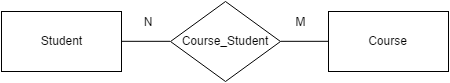
Before: diagram/er-2.png, a diagram exported from draw.io (jackey1510/TopicsInCS). Source tidied: cells renumbered, new cells last; positions are measured from the earlier drawing's top-left corner, leaving out a move shared by most shapes. The source it was exported from:
```xml
<mxGraphModel background="#ffffff">
  <root>
    <mxCell id="0" />
    <mxCell id="1" parent="0" />
    <mxCell id="2" style="edgeStyle=none;rounded=0;html=1;exitX=1;exitY=0.5;entryX=0;entryY=0.5;startArrow=none;startFill=0;endArrow=none;endFill=0;jettySize=auto;strokeColor=#000000;" parent="1" edge="1" source="3" target="5">
      <mxGeometry x="310" y="99" as="geometry" />
    </mxCell>
    <mxCell id="3" value="Student" style="whiteSpace=wrap;html=1;" parent="1" vertex="1">
      <mxGeometry y="10" width="120" height="60" as="geometry" />
    </mxCell>
    <mxCell id="4" style="edgeStyle=none;rounded=0;html=1;exitX=1;exitY=0.5;entryX=0;entryY=0.5;startArrow=none;startFill=0;endArrow=none;endFill=0;jettySize=auto;strokeColor=#000000;" parent="1" edge="1" source="5" target="6">
      <mxGeometry x="469" y="99" as="geometry" />
    </mxCell>
    <mxCell id="5" value="Course_Student" style="rhombus;whiteSpace=wrap;html=1;" parent="1" vertex="1">
      <mxGeometry x="169" width="110" height="80" as="geometry" />
    </mxCell>
    <mxCell id="6" value="Course" style="whiteSpace=wrap;html=1;" parent="1" vertex="1">
      <mxGeometry x="327" y="10" width="120" height="60" as="geometry" />
    </mxCell>
    <mxCell id="7" value="N" style="text;html=1;strokeColor=none;fillColor=none;align=center;verticalAlign=middle;whiteSpace=wrap;" parent="1" vertex="1">
      <mxGeometry x="126" y="10" width="40" height="20" as="geometry" />
    </mxCell>
    <mxCell id="8" value="M" style="text;html=1;strokeColor=none;fillColor=none;align=center;verticalAlign=middle;whiteSpace=wrap;" parent="1" vertex="1">
      <mxGeometry x="279" y="10" width="40" height="20" as="geometry" />
    </mxCell>
  </root>
</mxGraphModel>
```
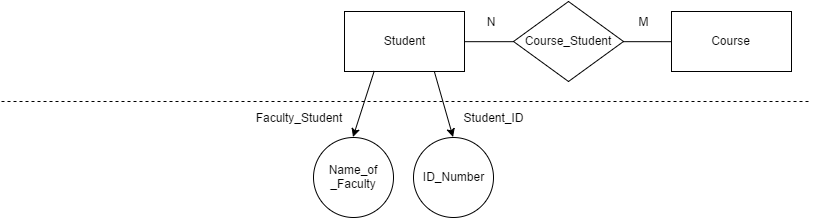
The same diagram one commit later.

What changed in the source:
```diff
@@ -3,13 +3,13 @@
     <mxCell id="0" />
     <mxCell id="1" parent="0" />
     <mxCell id="2" style="edgeStyle=none;rounded=0;html=1;exitX=1;exitY=0.5;entryX=0;entryY=0.5;startArrow=none;startFill=0;endArrow=none;endFill=0;jettySize=auto;strokeColor=#000000;" parent="1" edge="1" source="3" target="5">
-      <mxGeometry x="310" y="99" as="geometry" />
+      <mxGeometry x="471" y="281" as="geometry" />
     </mxCell>
     <mxCell id="3" value="Student" style="whiteSpace=wrap;html=1;" parent="1" vertex="1">
       <mxGeometry y="10" width="120" height="60" as="geometry" />
     </mxCell>
     <mxCell id="4" style="edgeStyle=none;rounded=0;html=1;exitX=1;exitY=0.5;entryX=0;entryY=0.5;startArrow=none;startFill=0;endArrow=none;endFill=0;jettySize=auto;strokeColor=#000000;" parent="1" edge="1" source="5" target="6">
-      <mxGeometry x="469" y="99" as="geometry" />
+      <mxGeometry x="630" y="281" as="geometry" />
     </mxCell>
     <mxCell id="5" value="Course_Student" style="rhombus;whiteSpace=wrap;html=1;" parent="1" vertex="1">
       <mxGeometry x="169" width="110" height="80" as="geometry" />
@@ -17,6 +17,30 @@
     <mxCell id="6" value="Course" style="whiteSpace=wrap;html=1;" parent="1" vertex="1">
       <mxGeometry x="327" y="10" width="120" height="60" as="geometry" />
     </mxCell>
+    <mxCell id="9" style="endArrow=none;html=1;strokeColor=#000000;endFill=0;startArrow=none;startFill=0;dashed=1;" parent="1" edge="1">
+      <mxGeometry x="8" y="341" as="geometry">
+        <mxPoint x="-343" y="100" as="sourcePoint" />
+        <mxPoint x="467" y="100" as="targetPoint" />
+      </mxGeometry>
+    </mxCell>
+    <mxCell id="10" value="Name_of&lt;div&gt;_&lt;span&gt;Faculty&lt;/span&gt;&lt;/div&gt;" style="ellipse;whiteSpace=wrap;html=1;" parent="1" vertex="1">
+      <mxGeometry x="-31" y="136" width="80" height="80" as="geometry" />
+    </mxCell>
+    <mxCell id="11" style="edgeStyle=none;rounded=0;html=1;exitX=0.25;exitY=1;entryX=0.5;entryY=0;startArrow=none;startFill=0;endArrow=classic;endFill=1;jettySize=auto;strokeColor=#000000;" parent="1" edge="1" source="3" target="10">
+      <mxGeometry x="360" y="310.7" as="geometry" />
+    </mxCell>
+    <mxCell id="12" value="Faculty_Student" style="text;html=1;strokeColor=none;fillColor=none;align=center;verticalAlign=middle;whiteSpace=wrap;" parent="1" vertex="1">
+      <mxGeometry x="-66" y="106" width="40" height="20" as="geometry" />
+    </mxCell>
+    <mxCell id="13" value="ID_Number" style="ellipse;whiteSpace=wrap;html=1;" parent="1" vertex="1">
+      <mxGeometry x="69" y="136" width="80" height="80" as="geometry" />
+    </mxCell>
+    <mxCell id="14" style="edgeStyle=none;rounded=0;html=1;exitX=0.75;exitY=1;entryX=0.5;entryY=0;startArrow=none;startFill=0;endArrow=classic;endFill=1;jettySize=auto;strokeColor=#000000;" parent="1" edge="1" source="3" target="13">
+      <mxGeometry x="441.7" y="310.7" as="geometry" />
+    </mxCell>
+    <mxCell id="15" value="Student_ID" style="text;html=1;strokeColor=none;fillColor=none;align=center;verticalAlign=middle;whiteSpace=wrap;" parent="1" vertex="1">
+      <mxGeometry x="129" y="106" width="40" height="20" as="geometry" />
+    </mxCell>
     <mxCell id="7" value="N" style="text;html=1;strokeColor=none;fillColor=none;align=center;verticalAlign=middle;whiteSpace=wrap;" parent="1" vertex="1">
       <mxGeometry x="126" y="10" width="40" height="20" as="geometry" />
     </mxCell>
```
